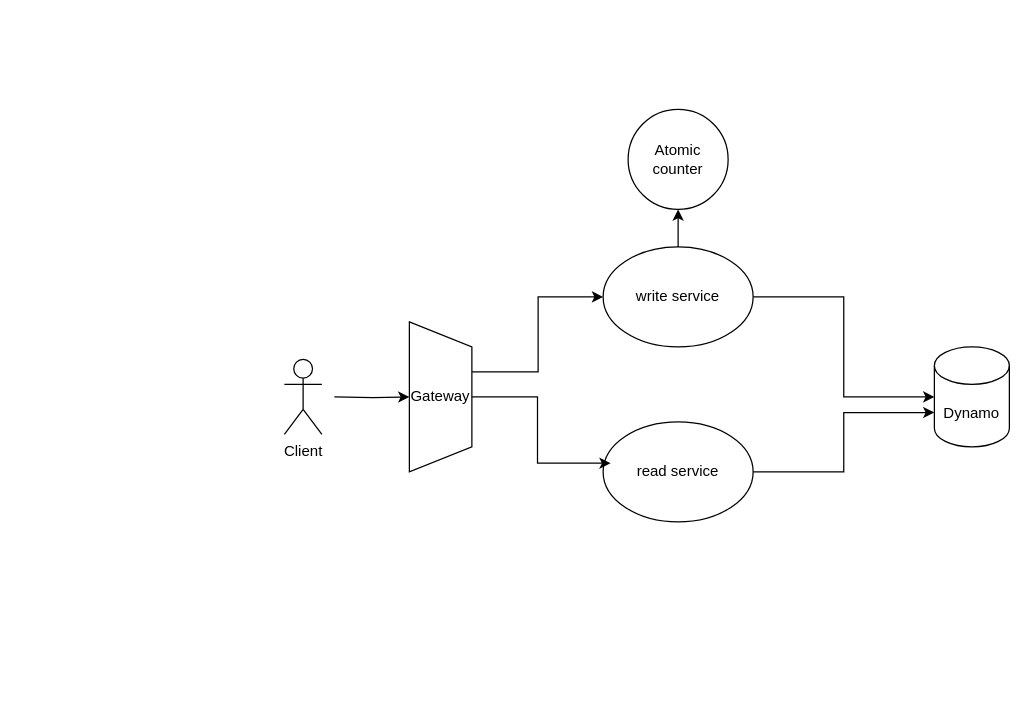
Earlier version of the draw.io diagram Untitled Diagram.drawio (kal038/system-design-learn). Source tidied: cells renumbered, new cells numbered last; positions are measured from the earlier drawing's top-left corner, leaving out a move shared by most shapes. Both pictures are drawn from the tidied source at 125%, with x=0, y=0 at pixel (284, 109).
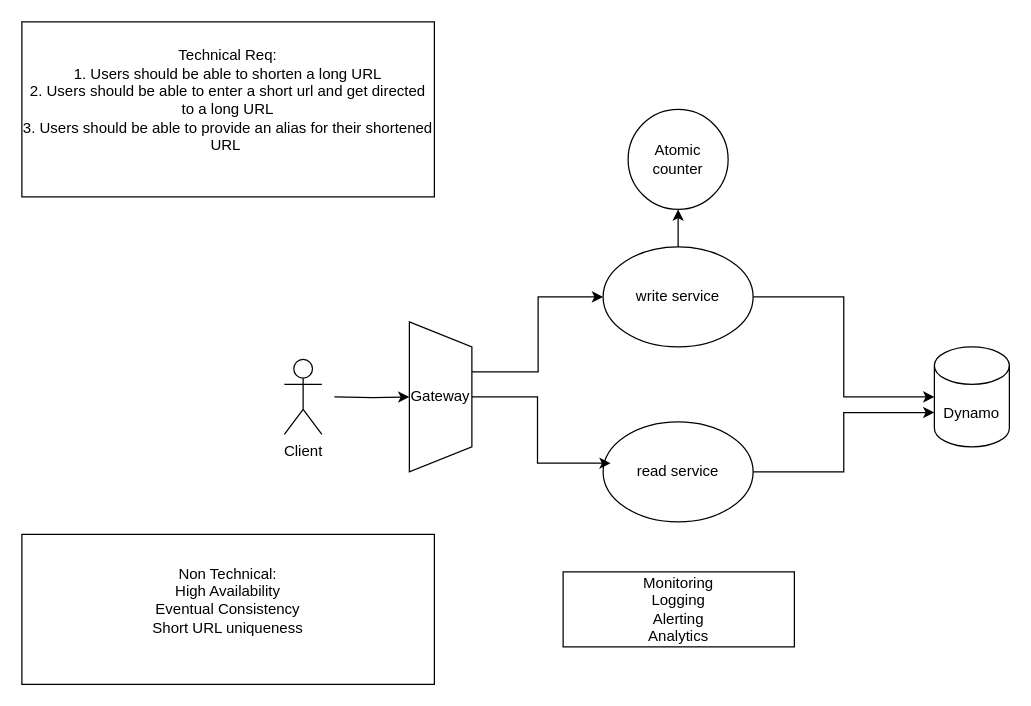
The same page after the edit.

Change to the diagram source:
```diff
@@
 <mxGraphModel>
   <root>
     <mxCell id="0" />
     <mxCell id="1" parent="0" />
     <mxCell id="2" value="Dynamo" style="shape=cylinder3;whiteSpace=wrap;html=1;boundedLbl=1;backgroundOutline=1;size=15;" parent="1" vertex="1">
       <mxGeometry x="520" y="190" width="60" height="80" as="geometry" />
     </mxCell>
     <mxCell id="3" style="edgeStyle=orthogonalEdgeStyle;rounded=0;jettySize=auto;html=1;exitX=1;exitY=0.5;exitDx=0;exitDy=0;" parent="1" edge="1" target="5">
       <mxGeometry relative="1" as="geometry">
         <mxPoint x="40" y="230" as="sourcePoint" />
       </mxGeometry>
     </mxCell>
     <mxCell id="4" style="edgeStyle=orthogonalEdgeStyle;rounded=0;jettySize=auto;html=1;entryX=0;entryY=0.5;entryDx=0;entryDy=0;" parent="1" edge="1" source="5" target="8">
       <mxGeometry relative="1" as="geometry">
         <Array as="points">
           <mxPoint x="203" y="210" />
           <mxPoint x="203" y="150" />
         </Array>
       </mxGeometry>
     </mxCell>
     <mxCell id="5" value="Gateway" style="shape=trapezoid;perimeter=trapezoidPerimeter;whiteSpace=wrap;html=1;fixedSize=1;direction=south;" parent="1" vertex="1">
       <mxGeometry x="100" y="170" width="50" height="120" as="geometry" />
     </mxCell>
     <mxCell id="6" style="edgeStyle=orthogonalEdgeStyle;rounded=0;jettySize=auto;html=1;exitX=0.5;exitY=0;exitDx=0;exitDy=0;" parent="1" edge="1" source="8" target="11">
       <mxGeometry relative="1" as="geometry" />
     </mxCell>
     <mxCell id="7" style="edgeStyle=orthogonalEdgeStyle;rounded=0;jettySize=auto;html=1;" parent="1" edge="1" source="8" target="2">
       <mxGeometry relative="1" as="geometry" />
     </mxCell>
     <mxCell id="8" value="write service" style="ellipse;whiteSpace=wrap;html=1;" parent="1" vertex="1">
       <mxGeometry x="255" y="110" width="120" height="80" as="geometry" />
     </mxCell>
     <mxCell id="9" value="read service" style="ellipse;whiteSpace=wrap;html=1;" parent="1" vertex="1">
       <mxGeometry x="255" y="250" width="120" height="80" as="geometry" />
     </mxCell>
     <mxCell id="10" style="edgeStyle=orthogonalEdgeStyle;rounded=0;jettySize=auto;html=1;entryX=0.05;entryY=0.413;entryDx=0;entryDy=0;entryPerimeter=0;" parent="1" edge="1" source="5" target="9">
       <mxGeometry relative="1" as="geometry" />
     </mxCell>
     <mxCell id="11" value="Atomic counter" style="ellipse;whiteSpace=wrap;html=1;" parent="1" vertex="1">
       <mxGeometry x="275" width="80" height="80" as="geometry" />
     </mxCell>
     <mxCell id="12" style="edgeStyle=orthogonalEdgeStyle;rounded=0;jettySize=auto;html=1;exitX=1;exitY=0.5;exitDx=0;exitDy=0;entryX=0;entryY=0;entryDx=0;entryDy=52.5;entryPerimeter=0;" parent="1" edge="1" source="9" target="2">
       <mxGeometry relative="1" as="geometry" />
     </mxCell>
     <mxCell id="13" value="Client" style="shape=umlActor;verticalLabelPosition=bottom;verticalAlign=top;html=1;" parent="1" vertex="1">
       <mxGeometry y="200" width="30" height="60" as="geometry" />
     </mxCell>
+    <mxCell id="14" value="Technical Req:&lt;div&gt;1. Users should be able to shorten a long URL&lt;/div&gt;&lt;div&gt;2. Users should be able to enter a short url and get directed to a long URL&lt;/div&gt;&lt;div&gt;3. Users should be able to provide an alias for their shortened URL&amp;nbsp;&lt;br&gt;&lt;div&gt;&lt;br&gt;&lt;/div&gt;&lt;/div&gt;" style="rounded=0;whiteSpace=wrap;html=1;" parent="1" vertex="1">
+      <mxGeometry x="-210" y="-70" width="330" height="140" as="geometry" />
+    </mxCell>
+    <mxCell id="15" value="&lt;div&gt;Non Technical:&lt;/div&gt;&lt;div&gt;High Availability&lt;/div&gt;&lt;div&gt;Eventual Consistency&lt;/div&gt;&lt;div&gt;Short URL uniqueness&lt;/div&gt;&lt;div&gt;&lt;br&gt;&lt;/div&gt;" style="rounded=0;whiteSpace=wrap;html=1;" parent="1" vertex="1">
+      <mxGeometry x="-210" y="340" width="330" height="120" as="geometry" />
+    </mxCell>
+    <mxCell id="16" value="Monitoring&lt;div&gt;Logging&lt;/div&gt;&lt;div&gt;Alerting&lt;/div&gt;&lt;div&gt;Analytics&lt;/div&gt;" style="rounded=0;whiteSpace=wrap;html=1;" parent="1" vertex="1">
+      <mxGeometry x="223" y="370" width="185" height="60" as="geometry" />
+    </mxCell>
   </root>
 </mxGraphModel>
```
